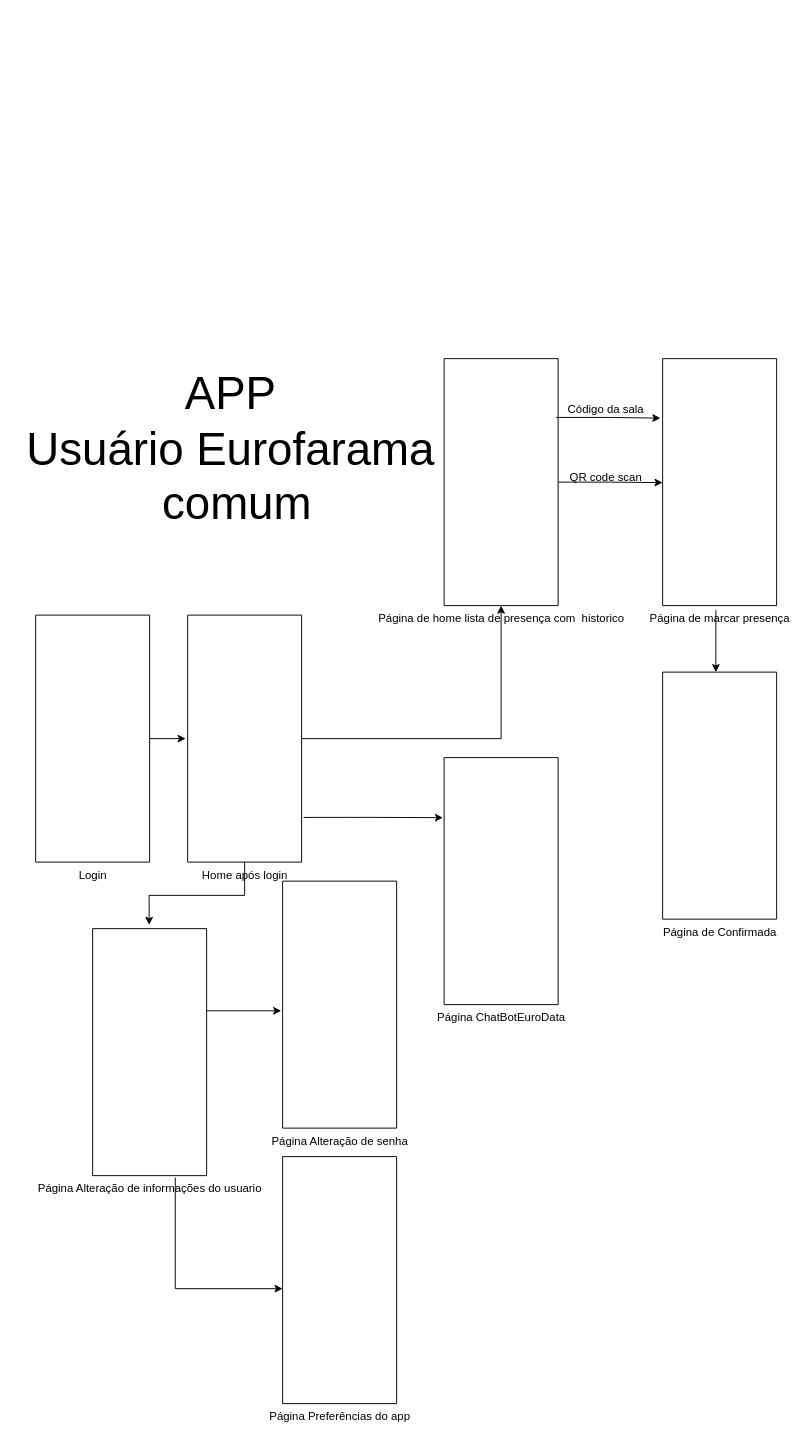
Above: Resources/TelasDoAppDiagramaDeFluxo/DiagramaDeTelasAppUsuarioComun.drawio in IgorKoppen/ProjetoEurofarma (draw.io), before the change. Source tidied: cells renumbered, new cells numbered last; positions are measured from the earlier drawing's top-left corner, leaving out a move shared by most shapes. Both pictures are drawn from the tidied source at 95%, with x=0, y=0 at pixel (16, 358).
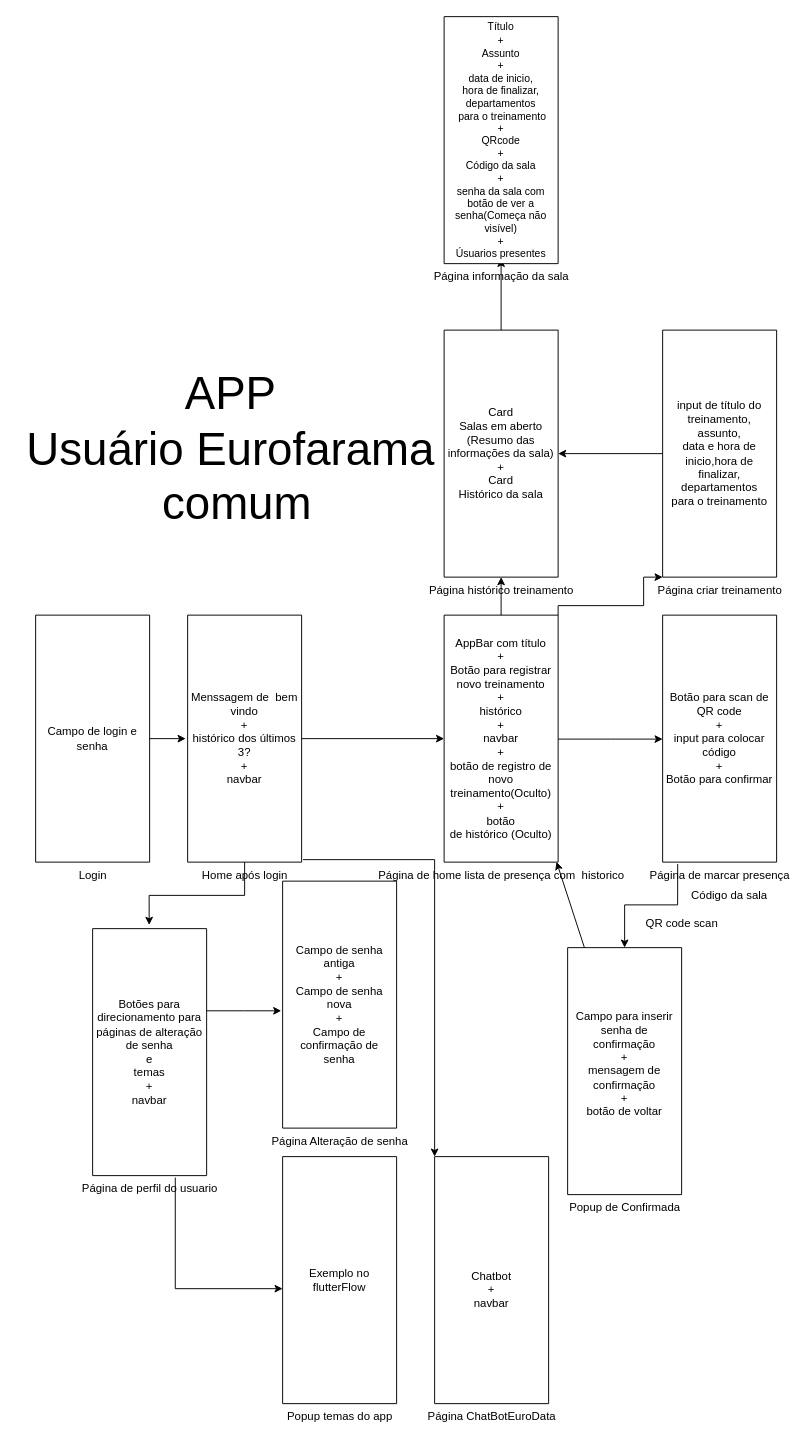
The same page after the edit.

The change refers to these unchanged cells:
```xml
<mxCell id="4" value="Home após login" style="verticalLabelPosition=bottom;verticalAlign=top;html=1;shape=mxgraph.basic.rect;fillColor2=none;strokeWidth=1;size=20;indent=5;" parent="1" vertex="1">
  <mxGeometry x="180" y="270" width="120" height="260" as="geometry" />
</mxCell>
```

Diff of the diagram source:
```diff
@@
     <mxCell id="5" value="Página de home lista de presença com&amp;nbsp; historico" style="verticalLabelPosition=bottom;verticalAlign=top;html=1;shape=mxgraph.basic.rect;fillColor2=none;strokeWidth=1;size=20;indent=5;" parent="1" vertex="1">
-      <mxGeometry x="450" width="120" height="260" as="geometry" />
+      <mxGeometry x="450" y="270" width="120" height="260" as="geometry" />
     </mxCell>
@@
     <mxCell id="7" value="Página ChatBotEuroData" style="verticalLabelPosition=bottom;verticalAlign=top;html=1;shape=mxgraph.basic.rect;fillColor2=none;strokeWidth=1;size=20;indent=5;" parent="1" vertex="1">
-      <mxGeometry x="450" y="420" width="120" height="260" as="geometry" />
+      <mxGeometry x="440" y="840" width="120" height="260" as="geometry" />
     </mxCell>
     <mxCell id="8" value="Página de marcar presença" style="verticalLabelPosition=bottom;verticalAlign=top;html=1;shape=mxgraph.basic.rect;fillColor2=none;strokeWidth=1;size=20;indent=5;" parent="1" vertex="1">
-      <mxGeometry x="680" width="120" height="260" as="geometry" />
+      <mxGeometry x="680" y="270" width="120" height="260" as="geometry" />
     </mxCell>
-    <mxCell id="9" style="edgeStyle=orthogonalEdgeStyle;rounded=0;jettySize=auto;html=1;exitX=0.983;exitY=0.238;exitDx=0;exitDy=0;exitPerimeter=0;entryX=-0.019;entryY=0.241;entryDx=0;entryDy=0;entryPerimeter=0;" parent="1" edge="1" source="5" target="8">
-      <mxGeometry relative="1" as="geometry" />
-    </mxCell>
-    <mxCell id="10" style="edgeStyle=orthogonalEdgeStyle;rounded=0;jettySize=auto;html=1;entryX=0;entryY=0.502;entryDx=0;entryDy=0;entryPerimeter=0;" parent="1" edge="1" source="5" target="8">
-      <mxGeometry relative="1" as="geometry" />
+    <mxCell id="10" style="edgeStyle=orthogonalEdgeStyle;rounded=0;jettySize=auto;html=1;entryX=0;entryY=0.502;entryDx=0;entryDy=0;entryPerimeter=0;" parent="1" edge="1" source="5">
+      <mxGeometry relative="1" as="geometry">
+        <mxPoint x="680" y="400.5" as="targetPoint" />
+        <Array as="points">
+          <mxPoint x="625" y="400" />
+        </Array>
+      </mxGeometry>
     </mxCell>
     <mxCell id="11" value="QR code scan" style="text;html=1;align=center;verticalAlign=middle;strokeColor=none;fillColor=none;" parent="1" vertex="1">
-      <mxGeometry x="570" y="110" width="100" height="30" as="geometry" />
+      <mxGeometry x="650" y="580" width="100" height="30" as="geometry" />
     </mxCell>
     <mxCell id="12" value="Código da sala" style="text;html=1;align=center;verticalAlign=middle;strokeColor=none;fillColor=none;" parent="1" vertex="1">
-      <mxGeometry x="570" y="39" width="100" height="30" as="geometry" />
+      <mxGeometry x="700" y="550" width="100" height="30" as="geometry" />
     </mxCell>
-    <mxCell id="13" style="edgeStyle=orthogonalEdgeStyle;rounded=0;jettySize=auto;html=1;entryX=-0.01;entryY=0.243;entryDx=0;entryDy=0;entryPerimeter=0;exitX=1.017;exitY=0.819;exitDx=0;exitDy=0;exitPerimeter=0;" parent="1" edge="1" source="4" target="7">
-      <mxGeometry relative="1" as="geometry" />
+    <mxCell id="13" style="edgeStyle=orthogonalEdgeStyle;rounded=0;jettySize=auto;html=1;exitX=1.012;exitY=0.99;exitDx=0;exitDy=0;exitPerimeter=0;" parent="1" edge="1" source="24">
+      <mxGeometry relative="1" as="geometry">
+        <mxPoint x="440" y="840" as="targetPoint" />
+        <Array as="points">
+          <mxPoint x="440" y="527" />
+        </Array>
+      </mxGeometry>
     </mxCell>
-    <mxCell id="14" value="Página Alteração de informações do usuario" style="verticalLabelPosition=bottom;verticalAlign=top;html=1;shape=mxgraph.basic.rect;fillColor2=none;strokeWidth=1;size=20;indent=5;" parent="1" vertex="1">
+    <mxCell id="14" value="Página de perfil do usuario" style="verticalLabelPosition=bottom;verticalAlign=top;html=1;shape=mxgraph.basic.rect;fillColor2=none;strokeWidth=1;size=20;indent=5;" parent="1" vertex="1">
       <mxGeometry x="80" y="600" width="120" height="260" as="geometry" />
     </mxCell>
@@
-    <mxCell id="16" style="edgeStyle=orthogonalEdgeStyle;rounded=0;jettySize=auto;html=1;entryX=0.467;entryY=0;entryDx=0;entryDy=0;entryPerimeter=0;exitX=0.467;exitY=1.019;exitDx=0;exitDy=0;exitPerimeter=0;" parent="1" edge="1" source="8" target="17">
+    <mxCell id="16" style="edgeStyle=orthogonalEdgeStyle;rounded=0;jettySize=auto;html=1;exitX=0.132;exitY=1.008;exitDx=0;exitDy=0;exitPerimeter=0;" parent="1" edge="1" source="8" target="33">
       <mxGeometry relative="1" as="geometry" />
     </mxCell>
-    <mxCell id="17" value="Página de Confirmada" style="verticalLabelPosition=bottom;verticalAlign=top;html=1;shape=mxgraph.basic.rect;fillColor2=none;strokeWidth=1;size=20;indent=5;" parent="1" vertex="1">
-      <mxGeometry x="680" y="330" width="120" height="260" as="geometry" />
+    <mxCell id="17" value="Popup de Confirmada" style="verticalLabelPosition=bottom;verticalAlign=top;html=1;shape=mxgraph.basic.rect;fillColor2=none;strokeWidth=1;size=20;indent=5;" parent="1" vertex="1">
+      <mxGeometry x="580" y="620" width="120" height="260" as="geometry" />
     </mxCell>
@@
-    <mxCell id="20" value="Página Preferências do app" style="verticalLabelPosition=bottom;verticalAlign=top;html=1;shape=mxgraph.basic.rect;fillColor2=none;strokeWidth=1;size=20;indent=5;" parent="1" vertex="1">
+    <mxCell id="20" value="Popup temas do app" style="verticalLabelPosition=bottom;verticalAlign=top;html=1;shape=mxgraph.basic.rect;fillColor2=none;strokeWidth=1;size=20;indent=5;" parent="1" vertex="1">
       <mxGeometry x="280" y="840" width="120" height="260" as="geometry" />
     </mxCell>
@@
+    <mxCell id="23" value="Campo de login e senha" style="text;html=1;align=center;verticalAlign=middle;whiteSpace=wrap;rounded=0;" parent="1" vertex="1">
+      <mxGeometry x="20" y="270" width="120" height="260" as="geometry" />
+    </mxCell>
+    <mxCell id="24" value="Menssagem de&amp;nbsp; bem vindo&lt;br&gt;+&lt;br&gt;histórico dos últimos 3?&lt;br&gt;+&lt;br&gt;navbar" style="text;html=1;align=center;verticalAlign=middle;whiteSpace=wrap;rounded=0;" parent="1" vertex="1">
+      <mxGeometry x="180" y="270" width="120" height="260" as="geometry" />
+    </mxCell>
+    <mxCell id="25" value="Botões para direcionamento para páginas de alteração de senha&lt;div&gt;e&lt;/div&gt;&lt;div&gt;temas&lt;br&gt;+&lt;div&gt;navbar&lt;/div&gt;&lt;/div&gt;" style="text;html=1;align=center;verticalAlign=middle;whiteSpace=wrap;rounded=0;" parent="1" vertex="1">
+      <mxGeometry x="80" y="600" width="120" height="260" as="geometry" />
+    </mxCell>
+    <mxCell id="26" value="Campo de senha antiga&lt;br&gt;+&lt;br&gt;Campo de senha nova&lt;br&gt;+&lt;br&gt;Campo de confirmação de senha" style="text;html=1;align=center;verticalAlign=middle;whiteSpace=wrap;rounded=0;" parent="1" vertex="1">
+      <mxGeometry x="280" y="550" width="120" height="260" as="geometry" />
+    </mxCell>
+    <mxCell id="27" value="Exemplo no flutterFlow" style="text;html=1;align=center;verticalAlign=middle;whiteSpace=wrap;rounded=0;" parent="1" vertex="1">
+      <mxGeometry x="280" y="840" width="120" height="260" as="geometry" />
+    </mxCell>
+    <mxCell id="28" value="Chatbot&lt;br&gt;+&lt;div&gt;navbar&lt;/div&gt;" style="text;html=1;align=center;verticalAlign=middle;whiteSpace=wrap;rounded=0;" parent="1" vertex="1">
+      <mxGeometry x="440" y="850" width="120" height="260" as="geometry" />
+    </mxCell>
+    <mxCell id="29" style="edgeStyle=orthogonalEdgeStyle;rounded=0;jettySize=auto;html=1;entryX=0;entryY=1;entryDx=0;entryDy=0;exitX=1;exitY=0;exitDx=0;exitDy=0;entryPerimeter=0;" parent="1" edge="1" source="31" target="35">
+      <mxGeometry relative="1" as="geometry">
+        <Array as="points">
+          <mxPoint x="570" y="260" />
+          <mxPoint x="660" y="260" />
+          <mxPoint x="660" y="230" />
+        </Array>
+      </mxGeometry>
+    </mxCell>
+    <mxCell id="30" style="edgeStyle=orthogonalEdgeStyle;rounded=0;jettySize=auto;html=1;exitX=0.5;exitY=0;exitDx=0;exitDy=0;entryX=0.5;entryY=1;entryDx=0;entryDy=0;" parent="1" edge="1" source="31" target="40">
+      <mxGeometry relative="1" as="geometry" />
+    </mxCell>
+    <mxCell id="31" value="AppBar com título&lt;br&gt;+&lt;br&gt;Botão para registrar novo treinamento&lt;br&gt;+&lt;br&gt;histórico&lt;br&gt;+&lt;div&gt;navbar&lt;/div&gt;&lt;div&gt;+&lt;/div&gt;&lt;div&gt;botão de registro de novo treinamento(Oculto)&lt;br&gt;+&lt;/div&gt;&lt;div&gt;botão de&amp;nbsp;&lt;span style=&quot;text-wrap: nowrap; background-color: initial;&quot;&gt;histórico&lt;/span&gt;&lt;span style=&quot;text-wrap: nowrap; background-color: initial;&quot;&gt;&amp;nbsp;(Oculto)&lt;/span&gt;&lt;/div&gt;" style="text;html=1;align=center;verticalAlign=middle;whiteSpace=wrap;rounded=0;" parent="1" vertex="1">
+      <mxGeometry x="450" y="270" width="120" height="260" as="geometry" />
+    </mxCell>
+    <mxCell id="32" value="&lt;div&gt;Botão para scan de QR code&lt;br&gt;+&lt;/div&gt;&lt;div&gt;input para colocar código&lt;/div&gt;+&lt;div&gt;Botão para confirmar&lt;/div&gt;" style="text;html=1;align=center;verticalAlign=middle;whiteSpace=wrap;rounded=0;" parent="1" vertex="1">
+      <mxGeometry x="680" y="270" width="120" height="260" as="geometry" />
+    </mxCell>
+    <mxCell id="33" value="Campo para inserir senha de confirmação&lt;div&gt;+&lt;/div&gt;&lt;div&gt;mensagem de confirmação&lt;br&gt;+&lt;br&gt;botão de voltar&lt;br&gt;&lt;div&gt;&lt;br&gt;&lt;/div&gt;&lt;/div&gt;" style="text;html=1;align=center;verticalAlign=middle;whiteSpace=wrap;rounded=0;" parent="1" vertex="1">
+      <mxGeometry x="580" y="620" width="120" height="260" as="geometry" />
+    </mxCell>
+    <mxCell id="34" style="endArrow=classic;html=1;rounded=0;entryX=0.986;entryY=0.999;entryDx=0;entryDy=0;entryPerimeter=0;" parent="1" edge="1" source="33" target="5">
+      <mxGeometry relative="1" as="geometry" />
+    </mxCell>
+    <mxCell id="35" value="Página criar treinamento" style="verticalLabelPosition=bottom;verticalAlign=top;html=1;shape=mxgraph.basic.rect;fillColor2=none;strokeWidth=1;size=20;indent=5;" parent="1" vertex="1">
+      <mxGeometry x="680" y="-30" width="120" height="260" as="geometry" />
+    </mxCell>
+    <mxCell id="36" style="edgeStyle=orthogonalEdgeStyle;rounded=0;jettySize=auto;html=1;entryX=1;entryY=0.5;entryDx=0;entryDy=0;" parent="1" edge="1" source="37" target="40">
+      <mxGeometry relative="1" as="geometry" />
+    </mxCell>
+    <mxCell id="37" value="input de título do treinamento,&lt;div&gt;&lt;span style=&quot;background-color: initial;&quot;&gt;assunto,&lt;/span&gt;&lt;div&gt;&lt;span style=&quot;background-color: initial;&quot;&gt;data e hora de inicio,hora de finalizar,&lt;/span&gt;&lt;/div&gt;&lt;div&gt;&lt;span style=&quot;background-color: initial;&quot;&gt;departamentos&lt;/span&gt;&lt;/div&gt;&lt;div&gt;&lt;span style=&quot;background-color: initial;&quot;&gt;&amp;nbsp;para o treinamento&amp;nbsp;&lt;/span&gt;&lt;/div&gt;&lt;/div&gt;" style="text;html=1;align=center;verticalAlign=middle;whiteSpace=wrap;rounded=0;" parent="1" vertex="1">
+      <mxGeometry x="680" y="-30" width="120" height="260" as="geometry" />
+    </mxCell>
+    <mxCell id="38" value="Página histórico treinamento" style="verticalLabelPosition=bottom;verticalAlign=top;html=1;shape=mxgraph.basic.rect;fillColor2=none;strokeWidth=1;size=20;indent=5;" parent="1" vertex="1">
+      <mxGeometry x="450" y="-30" width="120" height="260" as="geometry" />
+    </mxCell>
+    <mxCell id="39" style="edgeStyle=orthogonalEdgeStyle;rounded=0;jettySize=auto;html=1;exitX=0.5;exitY=0;exitDx=0;exitDy=0;entryX=0.5;entryY=1;entryDx=0;entryDy=0;" parent="1" edge="1" source="40" target="42">
+      <mxGeometry relative="1" as="geometry" />
+    </mxCell>
+    <mxCell id="40" value="&lt;div&gt;Card&lt;br&gt;Salas em aberto&lt;/div&gt;&lt;div&gt;(Resumo das informações da sala)&lt;br&gt;+&lt;/div&gt;&lt;div&gt;Card&lt;br&gt;&lt;/div&gt;Histórico da sala" style="text;html=1;align=center;verticalAlign=middle;whiteSpace=wrap;rounded=0;" parent="1" vertex="1">
+      <mxGeometry x="450" y="-30" width="120" height="260" as="geometry" />
+    </mxCell>
+    <mxCell id="41" value="Página informação da sala" style="verticalLabelPosition=bottom;verticalAlign=top;html=1;shape=mxgraph.basic.rect;fillColor2=none;strokeWidth=1;size=20;indent=5;" parent="1" vertex="1">
+      <mxGeometry x="450" y="-360" width="120" height="260" as="geometry" />
+    </mxCell>
+    <mxCell id="42" value="&lt;font style=&quot;font-size: 11px;&quot;&gt;Título&lt;br&gt;+&lt;/font&gt;&lt;div style=&quot;font-size: 11px;&quot;&gt;&lt;font style=&quot;font-size: 11px;&quot;&gt;Assunto&lt;/font&gt;&lt;div&gt;&lt;font style=&quot;font-size: 11px;&quot;&gt;+&lt;/font&gt;&lt;/div&gt;&lt;div&gt;&lt;div&gt;&lt;span style=&quot;background-color: initial;&quot;&gt;&lt;font style=&quot;font-size: 11px;&quot;&gt;data de inicio,&lt;/font&gt;&lt;/span&gt;&lt;/div&gt;&lt;div&gt;&lt;span style=&quot;background-color: initial;&quot;&gt;&lt;font style=&quot;font-size: 11px;&quot;&gt;hora de finalizar,&lt;/font&gt;&lt;/span&gt;&lt;/div&gt;&lt;div&gt;&lt;span style=&quot;background-color: initial;&quot;&gt;&lt;font style=&quot;font-size: 11px;&quot;&gt;departamentos&lt;/font&gt;&lt;/span&gt;&lt;/div&gt;&lt;div&gt;&lt;span style=&quot;background-color: initial;&quot;&gt;&lt;font style=&quot;font-size: 11px;&quot;&gt;&amp;nbsp;para o treinamento&lt;/font&gt;&lt;/span&gt;&lt;/div&gt;&lt;font style=&quot;font-size: 11px;&quot;&gt;+&lt;/font&gt;&lt;div&gt;&lt;/div&gt;&lt;/div&gt;&lt;/div&gt;&lt;div style=&quot;font-size: 11px;&quot;&gt;&lt;font style=&quot;font-size: 11px;&quot;&gt;QRcode&lt;/font&gt;&lt;/div&gt;&lt;div style=&quot;font-size: 11px;&quot;&gt;&lt;font style=&quot;font-size: 11px;&quot;&gt;+&lt;br&gt;Código da sala&lt;/font&gt;&lt;/div&gt;&lt;div style=&quot;font-size: 11px;&quot;&gt;&lt;font style=&quot;font-size: 11px;&quot;&gt;+&lt;/font&gt;&lt;/div&gt;&lt;div style=&quot;font-size: 11px;&quot;&gt;&lt;font style=&quot;font-size: 11px;&quot;&gt;senha da sala com botão de ver a senha(Começa não visível)&lt;/font&gt;&lt;/div&gt;&lt;div style=&quot;font-size: 11px;&quot;&gt;&lt;font style=&quot;font-size: 11px;&quot;&gt;+&lt;br&gt;Úsuarios presentes&lt;/font&gt;&lt;/div&gt;" style="text;html=1;align=center;verticalAlign=middle;whiteSpace=wrap;rounded=0;" parent="1" vertex="1">
+      <mxGeometry x="450" y="-355" width="120" height="250" as="geometry" />
+    </mxCell>
```
